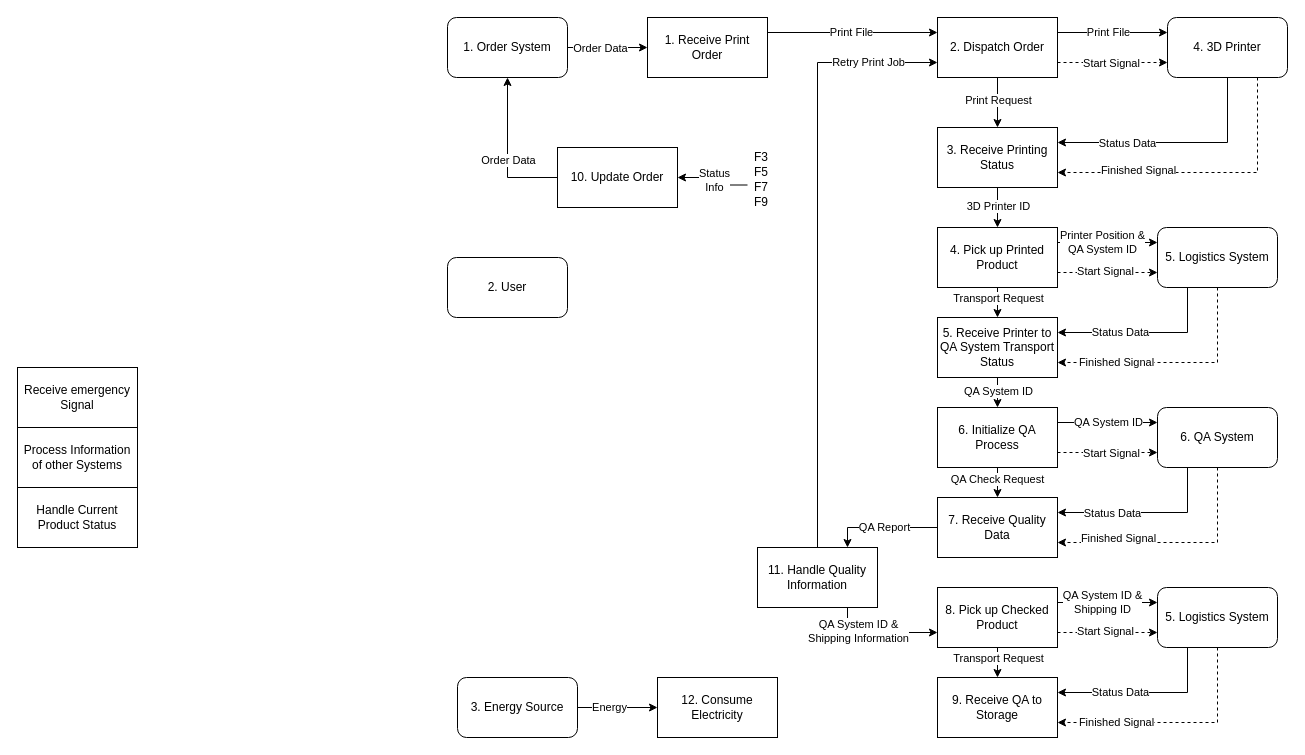
This is diagrams/MES_FBD.drawio from SystemEngineeringWS24-25/3d-printing-production-system, a draw.io file, before an edit. Source tidied: cells renumbered, new cells numbered last; positions are measured from the earlier drawing's top-left corner, leaving out a move shared by most shapes. Both pictures are drawn from the tidied source at 100%, with x=0, y=0 at pixel (17, 17).
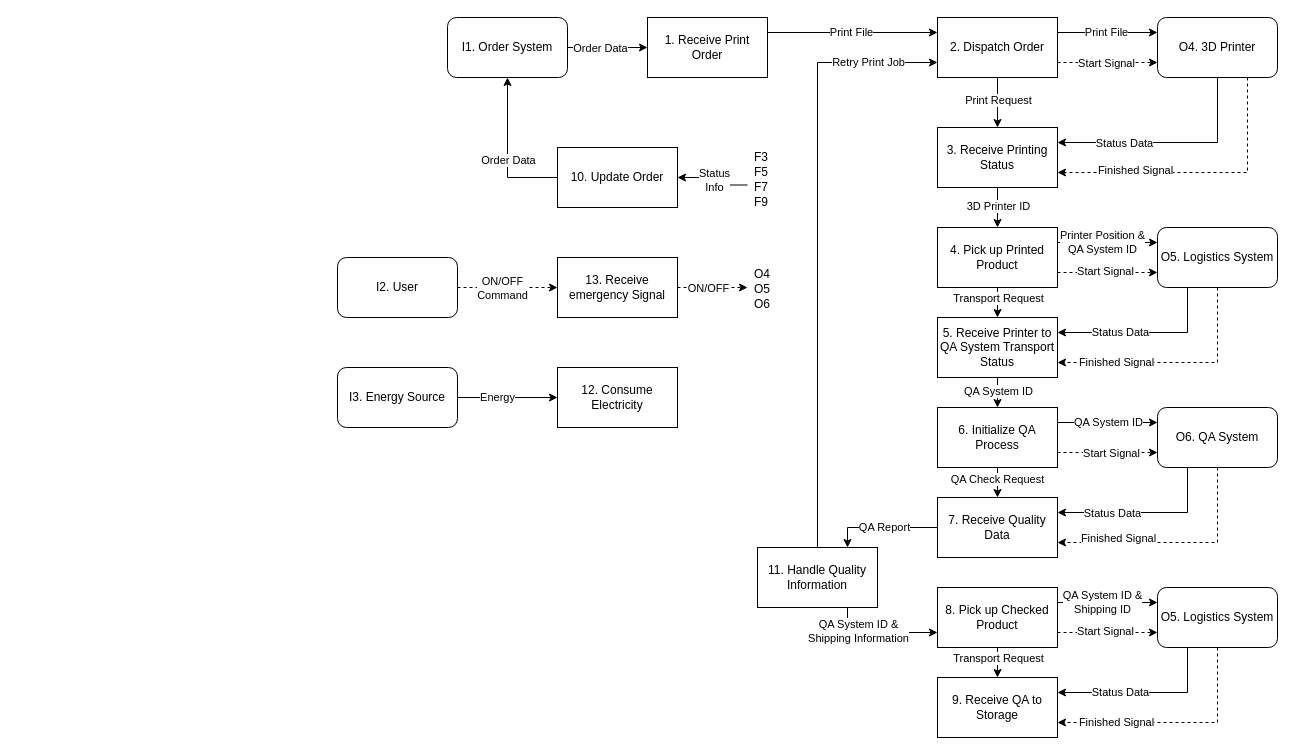
The same page after the edit.

Change to the diagram source:
```diff
@@
+    <mxCell id="92" style="edgeStyle=orthogonalEdgeStyle;rounded=0;jettySize=auto;html=1;exitX=1;exitY=0.5;exitDx=0;exitDy=0;entryX=0;entryY=0.5;entryDx=0;entryDy=0;dashed=1;" parent="1" edge="1" source="2" target="25">
+      <mxGeometry relative="1" as="geometry" />
+    </mxCell>
+    <mxCell id="93" value="ON/OFF &lt;br&gt;Command" style="edgeLabel;html=1;align=center;verticalAlign=middle;" parent="92" vertex="1">
+      <mxGeometry x="-0.13" relative="1" as="geometry" />
+    </mxCell>
-    <mxCell id="2" value="2. User" style="rounded=1;whiteSpace=wrap;html=1;" parent="1" vertex="1">
-      <mxGeometry x="430" y="240" width="120" height="60" as="geometry" />
+    <mxCell id="2" value="I2. User" style="rounded=1;whiteSpace=wrap;html=1;" parent="1" vertex="1">
+      <mxGeometry x="320" y="240" width="120" height="60" as="geometry" />
     </mxCell>
@@
-    <mxCell id="5" value="3. Energy Source" style="rounded=1;whiteSpace=wrap;html=1;" parent="1" vertex="1">
-      <mxGeometry x="440" y="660" width="120" height="60" as="geometry" />
+    <mxCell id="5" value="I3. Energy Source" style="rounded=1;whiteSpace=wrap;html=1;" parent="1" vertex="1">
+      <mxGeometry x="320" y="350" width="120" height="60" as="geometry" />
     </mxCell>
@@
-    <mxCell id="8" value="1. Order System" style="rounded=1;whiteSpace=wrap;html=1;" parent="1" vertex="1">
+    <mxCell id="8" value="I1. Order System" style="rounded=1;whiteSpace=wrap;html=1;" parent="1" vertex="1">
       <mxGeometry x="430" width="120" height="60" as="geometry" />
     </mxCell>
@@
-    <mxCell id="13" value="5. Logistics System" style="rounded=1;whiteSpace=wrap;html=1;" parent="1" vertex="1">
+    <mxCell id="13" value="O5. Logistics System" style="rounded=1;whiteSpace=wrap;html=1;" parent="1" vertex="1">
       <mxGeometry x="1140" y="210" width="120" height="60" as="geometry" />
     </mxCell>
@@
-    <mxCell id="18" value="6. QA System" style="rounded=1;whiteSpace=wrap;html=1;" parent="1" vertex="1">
+    <mxCell id="18" value="O6. QA System" style="rounded=1;whiteSpace=wrap;html=1;" parent="1" vertex="1">
       <mxGeometry x="1140" y="390" width="120" height="60" as="geometry" />
     </mxCell>
@@
-    <mxCell id="23" value="4. 3D Printer" style="rounded=1;whiteSpace=wrap;html=1;" parent="1" vertex="1">
-      <mxGeometry x="1150" width="120" height="60" as="geometry" />
+    <mxCell id="23" value="O4. 3D Printer" style="rounded=1;whiteSpace=wrap;html=1;" parent="1" vertex="1">
+      <mxGeometry x="1140" width="120" height="60" as="geometry" />
     </mxCell>
     <mxCell id="24" value="12. Consume Electricity" style="rounded=0;whiteSpace=wrap;html=1;" parent="1" vertex="1">
-      <mxGeometry x="640" y="660" width="120" height="60" as="geometry" />
+      <mxGeometry x="540" y="350" width="120" height="60" as="geometry" />
     </mxCell>
+    <mxCell id="94" style="edgeStyle=orthogonalEdgeStyle;rounded=0;jettySize=auto;html=1;exitX=1;exitY=0.5;exitDx=0;exitDy=0;entryX=0;entryY=0.5;entryDx=0;entryDy=0;dashed=1;" parent="1" edge="1" source="25" target="99">
+      <mxGeometry relative="1" as="geometry" />
+    </mxCell>
+    <mxCell id="95" value="ON/OFF" style="edgeLabel;html=1;align=center;verticalAlign=middle;" parent="94" vertex="1">
+      <mxGeometry x="-0.29" y="-1" relative="1" as="geometry">
+        <mxPoint x="5" y="-1" as="offset" />
+      </mxGeometry>
+    </mxCell>
-    <mxCell id="25" value="Receive emergency Signal" style="rounded=0;whiteSpace=wrap;html=1;" parent="1" vertex="1">
-      <mxGeometry y="350" width="120" height="60" as="geometry" />
+    <mxCell id="25" value="13. Receive emergency Signal" style="rounded=0;whiteSpace=wrap;html=1;" parent="1" vertex="1">
+      <mxGeometry x="540" y="240" width="120" height="60" as="geometry" />
     </mxCell>
@@
-    <mxCell id="47" value="Handle Current Product Status" style="rounded=0;whiteSpace=wrap;html=1;" parent="1" vertex="1">
-      <mxGeometry y="470" width="120" height="60" as="geometry" />
-    </mxCell>
-    <mxCell id="48" value="Process Information of other Systems" style="rounded=0;whiteSpace=wrap;html=1;" parent="1" vertex="1">
-      <mxGeometry y="410" width="120" height="60" as="geometry" />
-    </mxCell>
@@
-    <mxCell id="63" value="5. Logistics System" style="rounded=1;whiteSpace=wrap;html=1;" parent="1" vertex="1">
+    <mxCell id="63" value="O5. Logistics System" style="rounded=1;whiteSpace=wrap;html=1;" parent="1" vertex="1">
       <mxGeometry x="1140" y="570" width="120" height="60" as="geometry" />
     </mxCell>
@@
+    <mxCell id="96" style="shape=table;startSize=0;childLayout=tableLayout;fontSize=11;fillColor=none;strokeColor=none;" parent="1" vertex="1">
+      <mxGeometry x="730" y="247.5" width="60" height="45" as="geometry" />
+    </mxCell>
+    <mxCell id="97" style="shape=tableRow;horizontal=0;startSize=0;swimlaneHead=0;swimlaneBody=0;strokeColor=inherit;top=0;left=0;bottom=0;right=0;fillColor=none;fontSize=16;" parent="96" vertex="1">
+      <mxGeometry width="60" height="15" as="geometry" />
+    </mxCell>
+    <mxCell id="98" value="O4" style="shape=partialRectangle;html=1;whiteSpace=wrap;strokeColor=inherit;overflow=hidden;fillColor=none;top=0;left=0;bottom=0;right=0;fontSize=12;align=left;spacingLeft=5;" parent="97" vertex="1">
+      <mxGeometry width="60" height="15" as="geometry" />
+    </mxCell>
+    <mxCell id="99" style="shape=tableRow;horizontal=0;startSize=0;swimlaneHead=0;swimlaneBody=0;strokeColor=inherit;top=0;left=0;bottom=0;right=0;fillColor=none;points=[[0,0.5],[1,0.5]];portConstraint=eastwest;fontSize=16;" parent="96" vertex="1">
+      <mxGeometry y="15" width="60" height="15" as="geometry" />
+    </mxCell>
+    <mxCell id="100" value="O5" style="shape=partialRectangle;html=1;whiteSpace=wrap;strokeColor=inherit;overflow=hidden;fillColor=none;top=0;left=0;bottom=0;right=0;fontSize=12;align=left;spacingLeft=5;" parent="99" vertex="1">
+      <mxGeometry width="60" height="15" as="geometry" />
+    </mxCell>
+    <mxCell id="101" style="shape=tableRow;horizontal=0;startSize=0;swimlaneHead=0;swimlaneBody=0;strokeColor=inherit;top=0;left=0;bottom=0;right=0;fillColor=none;fontSize=16;" parent="96" vertex="1">
+      <mxGeometry y="30" width="60" height="15" as="geometry" />
+    </mxCell>
+    <mxCell id="102" value="O6" style="shape=partialRectangle;html=1;whiteSpace=wrap;strokeColor=inherit;overflow=hidden;fillColor=none;top=0;left=0;bottom=0;right=0;fontSize=12;align=left;spacingLeft=5;" parent="101" vertex="1">
+      <mxGeometry width="60" height="15" as="geometry" />
+    </mxCell>
```
